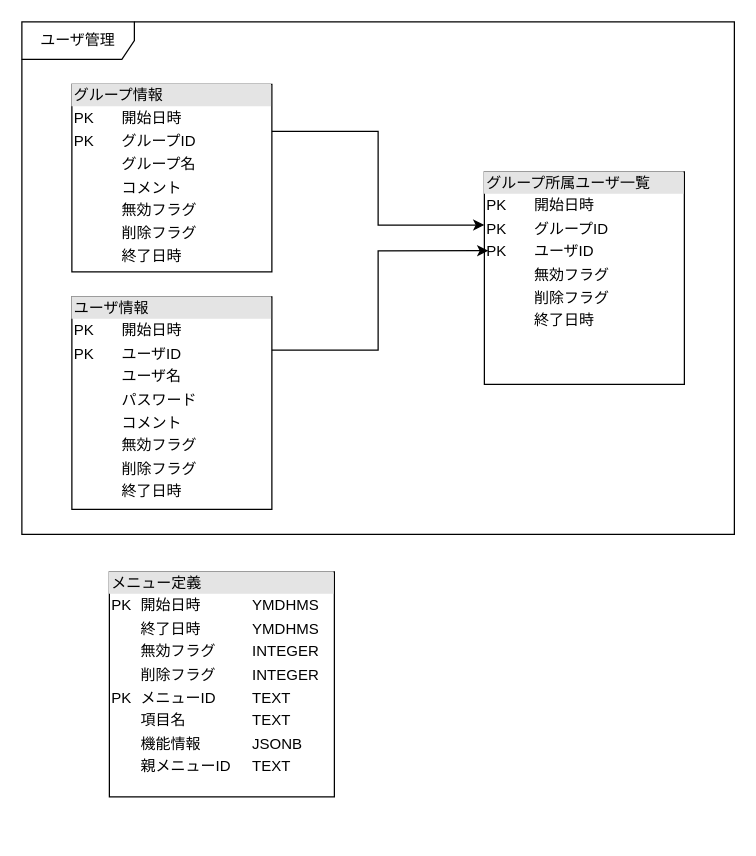
Earlier version of the draw.io diagram page "ページ3" (3 of 3) of test1.drawio (DeveropKiyoharu/test). Source tidied: cells renumbered, new cells numbered last; positions are measured from the earlier drawing's top-left corner, leaving out a move shared by most shapes. Both pictures are drawn from the tidied source at 125%, with x=0, y=0 at pixel (21, 21).
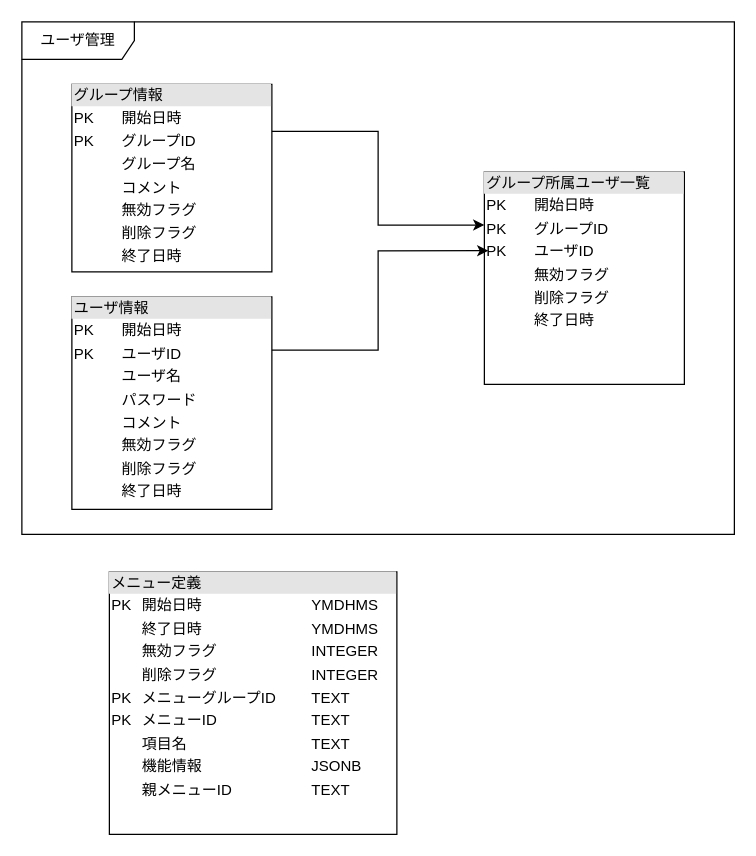
The same diagram, later.

Commit message:
test1.drawio を更新します

What changed in the source:
```diff
@@
 <mxGraphModel>
   <root>
     <mxCell id="0" />
     <mxCell id="1" parent="0" />
     <mxCell id="2" style="group;" parent="1" vertex="1">
       <mxGeometry width="570" height="410" as="geometry" />
     </mxCell>
     <mxCell id="3" value="ユーザ管理" style="shape=umlFrame;whiteSpace=wrap;html=1;width=90;height=30;" parent="2" vertex="1">
       <mxGeometry width="570" height="410" as="geometry" />
     </mxCell>
     <mxCell id="4" value="&lt;div style=&quot;box-sizing: border-box ; width: 100% ; background: #e4e4e4 ; padding: 2px&quot;&gt;ユーザ情報&lt;/div&gt;&lt;table style=&quot;width: 100% ; font-size: 1em&quot; cellpadding=&quot;2&quot; cellspacing=&quot;0&quot;&gt;&lt;tbody&gt;&lt;tr&gt;&lt;td&gt;PK&lt;/td&gt;&lt;td&gt;開始日時&lt;/td&gt;&lt;/tr&gt;&lt;tr&gt;&lt;td&gt;PK&lt;/td&gt;&lt;td&gt;ユーザID&lt;/td&gt;&lt;/tr&gt;&lt;tr&gt;&lt;td&gt;&lt;br&gt;&lt;/td&gt;&lt;td&gt;ユーザ名&lt;/td&gt;&lt;/tr&gt;&lt;tr&gt;&lt;td&gt;&lt;/td&gt;&lt;td&gt;パスワード&lt;br&gt;&lt;/td&gt;&lt;/tr&gt;&lt;tr&gt;&lt;td&gt;&lt;br&gt;&lt;/td&gt;&lt;td&gt;コメント&lt;/td&gt;&lt;/tr&gt;&lt;tr&gt;&lt;td&gt;&lt;br&gt;&lt;/td&gt;&lt;td&gt;無効フラグ&lt;/td&gt;&lt;/tr&gt;&lt;tr&gt;&lt;td&gt;&lt;br&gt;&lt;/td&gt;&lt;td&gt;削除フラグ&lt;/td&gt;&lt;/tr&gt;&lt;tr&gt;&lt;td&gt;&lt;br&gt;&lt;/td&gt;&lt;td&gt;終了日時&lt;/td&gt;&lt;/tr&gt;&lt;/tbody&gt;&lt;/table&gt;" style="verticalAlign=top;align=left;overflow=fill;html=1;" parent="2" vertex="1">
       <mxGeometry x="40" y="220" width="160" height="170" as="geometry" />
     </mxCell>
     <mxCell id="5" value="&lt;div style=&quot;box-sizing: border-box ; width: 100% ; background: #e4e4e4 ; padding: 2px&quot;&gt;グループ情報&lt;/div&gt;&lt;table style=&quot;width: 100% ; font-size: 1em&quot; cellpadding=&quot;2&quot; cellspacing=&quot;0&quot;&gt;&lt;tbody&gt;&lt;tr&gt;&lt;td&gt;PK&lt;/td&gt;&lt;td&gt;開始日時&lt;/td&gt;&lt;/tr&gt;&lt;tr&gt;&lt;td&gt;PK&lt;/td&gt;&lt;td&gt;グループID&lt;/td&gt;&lt;/tr&gt;&lt;tr&gt;&lt;td&gt;&lt;br&gt;&lt;/td&gt;&lt;td&gt;グループ名&lt;/td&gt;&lt;/tr&gt;&lt;tr&gt;&lt;td&gt;&lt;/td&gt;&lt;td&gt;コメント&lt;/td&gt;&lt;/tr&gt;&lt;tr&gt;&lt;td&gt;&lt;br&gt;&lt;/td&gt;&lt;td&gt;無効フラグ&lt;/td&gt;&lt;/tr&gt;&lt;tr&gt;&lt;td&gt;&lt;br&gt;&lt;/td&gt;&lt;td&gt;削除フラグ&lt;/td&gt;&lt;/tr&gt;&lt;tr&gt;&lt;td&gt;&lt;br&gt;&lt;/td&gt;&lt;td&gt;終了日時&lt;/td&gt;&lt;/tr&gt;&lt;/tbody&gt;&lt;/table&gt;" style="verticalAlign=top;align=left;overflow=fill;html=1;" parent="2" vertex="1">
       <mxGeometry x="40" y="50" width="160" height="150" as="geometry" />
     </mxCell>
     <mxCell id="6" value="&lt;div style=&quot;box-sizing: border-box ; width: 100% ; background: #e4e4e4 ; padding: 2px&quot;&gt;グループ所属ユーザ一覧&lt;/div&gt;&lt;table style=&quot;width: 100% ; font-size: 1em&quot; cellpadding=&quot;2&quot; cellspacing=&quot;0&quot;&gt;&lt;tbody&gt;&lt;tr&gt;&lt;td&gt;PK&lt;/td&gt;&lt;td&gt;開始日時&lt;/td&gt;&lt;/tr&gt;&lt;tr&gt;&lt;td&gt;PK&lt;/td&gt;&lt;td&gt;グループID&lt;br&gt;&lt;/td&gt;&lt;/tr&gt;&lt;tr&gt;&lt;td&gt;PK&lt;/td&gt;&lt;td&gt;ユーザID&lt;br&gt;&lt;/td&gt;&lt;/tr&gt;&lt;tr&gt;&lt;td&gt;&lt;br&gt;&lt;/td&gt;&lt;td&gt;無効フラグ&lt;/td&gt;&lt;/tr&gt;&lt;tr&gt;&lt;td&gt;&lt;br&gt;&lt;/td&gt;&lt;td&gt;削除フラグ&lt;/td&gt;&lt;/tr&gt;&lt;tr&gt;&lt;td&gt;&lt;br&gt;&lt;/td&gt;&lt;td&gt;終了日時&lt;/td&gt;&lt;/tr&gt;&lt;/tbody&gt;&lt;/table&gt;" style="verticalAlign=top;align=left;overflow=fill;html=1;" parent="2" vertex="1">
       <mxGeometry x="370" y="120" width="160" height="170" as="geometry" />
     </mxCell>
     <mxCell id="7" style="edgeStyle=orthogonalEdgeStyle;rounded=0;jettySize=auto;html=1;exitX=1;exitY=0.25;exitDx=0;exitDy=0;entryX=0.02;entryY=0.371;entryDx=0;entryDy=0;entryPerimeter=0;" parent="2" edge="1" source="4" target="6">
       <mxGeometry relative="1" as="geometry" />
     </mxCell>
     <mxCell id="8" style="edgeStyle=orthogonalEdgeStyle;rounded=0;jettySize=auto;html=1;exitX=1;exitY=0.25;exitDx=0;exitDy=0;entryX=0;entryY=0.25;entryDx=0;entryDy=0;" parent="2" edge="1" source="5" target="6">
       <mxGeometry relative="1" as="geometry" />
     </mxCell>
-    <mxCell id="9" value="&lt;div style=&quot;box-sizing: border-box ; width: 100% ; background: #e4e4e4 ; padding: 2px&quot;&gt;メニュー定義&lt;/div&gt;&lt;table style=&quot;width: 100% ; font-size: 1em&quot; cellpadding=&quot;2&quot; cellspacing=&quot;0&quot;&gt;&lt;tbody&gt;&lt;tr&gt;&lt;td&gt;PK&lt;/td&gt;&lt;td&gt;開始日時&lt;/td&gt;&lt;td&gt;YMDHMS&lt;/td&gt;&lt;/tr&gt;&lt;tr&gt;&lt;td&gt;&lt;br&gt;&lt;/td&gt;&lt;td&gt;終了日時&lt;/td&gt;&lt;td&gt;YMDHMS&lt;/td&gt;&lt;/tr&gt;&lt;tr&gt;&lt;td&gt;&lt;br&gt;&lt;/td&gt;&lt;td&gt;無効フラグ&lt;/td&gt;&lt;td&gt;INTEGER&lt;/td&gt;&lt;/tr&gt;&lt;tr&gt;&lt;td&gt;&lt;br&gt;&lt;/td&gt;&lt;td&gt;削除フラグ&lt;/td&gt;&lt;td&gt;INTEGER&lt;/td&gt;&lt;/tr&gt;&lt;tr&gt;&lt;td&gt;PK&lt;/td&gt;&lt;td&gt;メニューID&lt;br&gt;&lt;/td&gt;&lt;td&gt;TEXT&lt;/td&gt;&lt;/tr&gt;&lt;tr&gt;&lt;td&gt;&lt;/td&gt;&lt;td&gt;項目名&lt;/td&gt;&lt;td&gt;TEXT&lt;/td&gt;&lt;/tr&gt;&lt;tr&gt;&lt;td&gt;&lt;br&gt;&lt;/td&gt;&lt;td&gt;機能情報&lt;/td&gt;&lt;td&gt;JSONB&lt;/td&gt;&lt;/tr&gt;&lt;tr&gt;&lt;td&gt;&lt;br&gt;&lt;/td&gt;&lt;td&gt;親メニューID&lt;/td&gt;&lt;td&gt;TEXT&lt;/td&gt;&lt;/tr&gt;&lt;/tbody&gt;&lt;/table&gt;" style="verticalAlign=top;align=left;overflow=fill;html=1;" parent="1" vertex="1">
-      <mxGeometry x="70" y="440" width="180" height="180" as="geometry" />
+    <mxCell id="9" value="&lt;div style=&quot;box-sizing: border-box ; width: 100% ; background: #e4e4e4 ; padding: 2px&quot;&gt;メニュー定義&lt;/div&gt;&lt;table style=&quot;width: 100% ; font-size: 1em&quot; cellpadding=&quot;2&quot; cellspacing=&quot;0&quot;&gt;&lt;tbody&gt;&lt;tr&gt;&lt;td&gt;PK&lt;/td&gt;&lt;td&gt;開始日時&lt;/td&gt;&lt;td&gt;YMDHMS&lt;/td&gt;&lt;/tr&gt;&lt;tr&gt;&lt;td&gt;&lt;br&gt;&lt;/td&gt;&lt;td&gt;終了日時&lt;/td&gt;&lt;td&gt;YMDHMS&lt;/td&gt;&lt;/tr&gt;&lt;tr&gt;&lt;td&gt;&lt;br&gt;&lt;/td&gt;&lt;td&gt;無効フラグ&lt;/td&gt;&lt;td&gt;INTEGER&lt;/td&gt;&lt;/tr&gt;&lt;tr&gt;&lt;td&gt;&lt;br&gt;&lt;/td&gt;&lt;td&gt;削除フラグ&lt;/td&gt;&lt;td&gt;INTEGER&lt;/td&gt;&lt;/tr&gt;&lt;tr&gt;&lt;td&gt;PK&lt;/td&gt;&lt;td&gt;メニューグループID&lt;/td&gt;&lt;td&gt;TEXT&lt;/td&gt;&lt;/tr&gt;&lt;tr&gt;&lt;td&gt;PK&lt;/td&gt;&lt;td&gt;メニューID&lt;br&gt;&lt;/td&gt;&lt;td&gt;TEXT&lt;/td&gt;&lt;/tr&gt;&lt;tr&gt;&lt;td&gt;&lt;/td&gt;&lt;td&gt;項目名&lt;/td&gt;&lt;td&gt;TEXT&lt;/td&gt;&lt;/tr&gt;&lt;tr&gt;&lt;td&gt;&lt;br&gt;&lt;/td&gt;&lt;td&gt;機能情報&lt;/td&gt;&lt;td&gt;JSONB&lt;/td&gt;&lt;/tr&gt;&lt;tr&gt;&lt;td&gt;&lt;br&gt;&lt;/td&gt;&lt;td&gt;親メニューID&lt;/td&gt;&lt;td&gt;TEXT&lt;/td&gt;&lt;/tr&gt;&lt;/tbody&gt;&lt;/table&gt;" style="verticalAlign=top;align=left;overflow=fill;html=1;" parent="1" vertex="1">
+      <mxGeometry x="70" y="440" width="230" height="210" as="geometry" />
     </mxCell>
   </root>
 </mxGraphModel>
```
